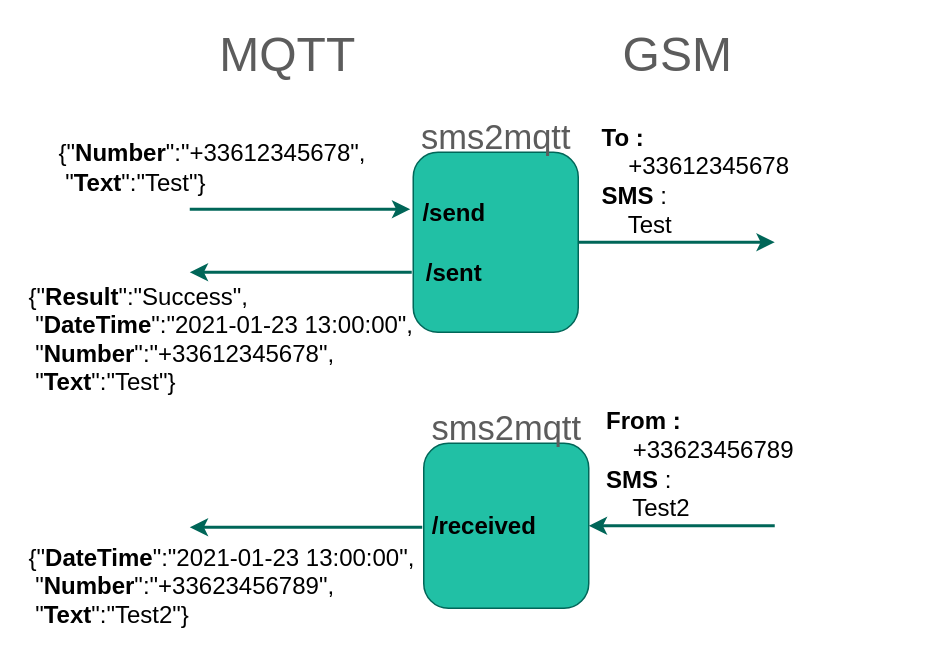
Earlier version of the draw.io diagram sms2mqtt.drawio (Domochip/sms2mqtt). Source tidied: cells renumbered, new cells numbered last; positions are measured from the earlier drawing's top-left corner, leaving out a move shared by most shapes. Both pictures are drawn from the tidied source at 150%, with x=0, y=0 at pixel (26, 32).
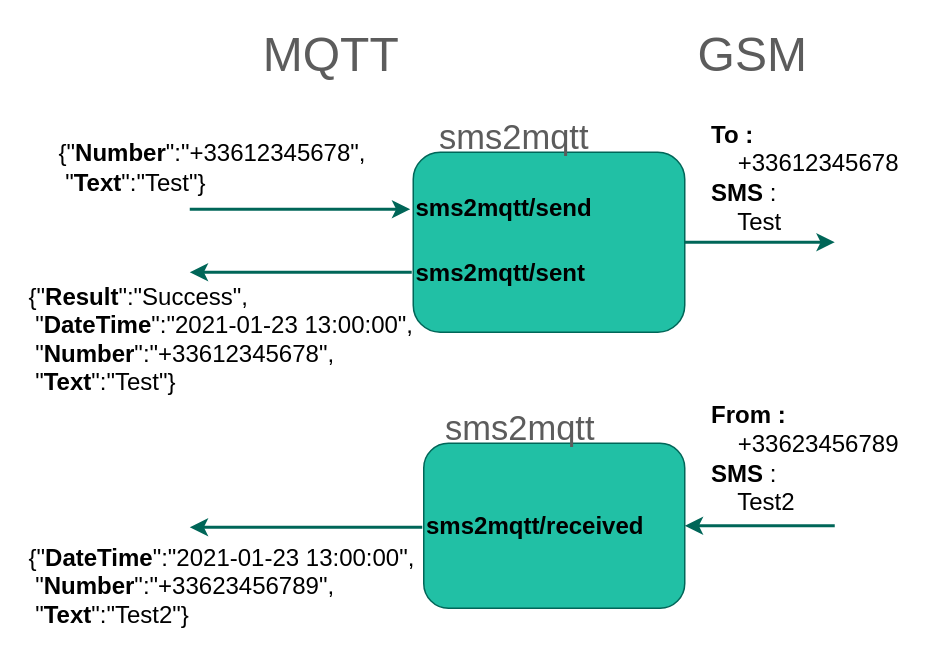
After the change.

Diff of the diagram source:
```diff
@@
     <mxCell id="2" style="edgeStyle=orthogonalEdgeStyle;jettySize=auto;html=1;exitX=1;exitY=0.5;exitDx=0;exitDy=0;strokeColor=#006658;fontColor=#5C5C5C;strokeWidth=2;" parent="1" edge="1" source="3">
       <mxGeometry relative="1" as="geometry">
-        <mxPoint x="499" y="140" as="targetPoint" />
+        <mxPoint x="539" y="140" as="targetPoint" />
       </mxGeometry>
     </mxCell>
     <mxCell id="3" style="whiteSpace=wrap;html=1;fillColor=#21C0A5;strokeColor=#006658;fontColor=#5C5C5C;rounded=1;" parent="1" vertex="1">
-      <mxGeometry x="258" y="80" width="110" height="120" as="geometry" />
+      <mxGeometry x="258" y="80" width="181" height="120" as="geometry" />
     </mxCell>
@@
     <mxCell id="5" value="&lt;font style=&quot;font-size: 32px&quot;&gt;MQTT&lt;/font&gt;" style="text;html=1;align=center;verticalAlign=middle;fillColor=none;strokeColor=none;fontColor=#5C5C5C;rounded=1;" parent="1" vertex="1">
-      <mxGeometry x="119" width="110" height="30" as="geometry" />
+      <mxGeometry x="148" width="110" height="30" as="geometry" />
     </mxCell>
     <mxCell id="6" value="&lt;font style=&quot;font-size: 32px&quot;&gt;GSM&lt;/font&gt;" style="text;html=1;align=center;verticalAlign=middle;fillColor=none;strokeColor=none;fontColor=#5C5C5C;rounded=1;" parent="1" vertex="1">
-      <mxGeometry x="389" width="90" height="30" as="geometry" />
+      <mxGeometry x="439" width="90" height="30" as="geometry" />
     </mxCell>
@@
     <mxCell id="8" value="&lt;div style=&quot;text-align: left ; font-size: 16px&quot;&gt;&lt;b&gt;&lt;font style=&quot;font-size: 16px&quot; color=&quot;#000000&quot;&gt;To :&amp;nbsp;&lt;/font&gt;&lt;/b&gt;&lt;/div&gt;&lt;div style=&quot;text-align: left ; font-size: 16px&quot;&gt;&lt;span&gt;&lt;font style=&quot;font-size: 16px&quot; color=&quot;#000000&quot;&gt;&amp;nbsp; &amp;nbsp; +33612345678&lt;/font&gt;&lt;/span&gt;&lt;/div&gt;&lt;div style=&quot;text-align: left ; font-size: 16px&quot;&gt;&lt;span&gt;&lt;font style=&quot;font-size: 16px&quot; color=&quot;#000000&quot;&gt;&lt;b&gt;SMS &lt;/b&gt;:&amp;nbsp;&lt;/font&gt;&lt;/span&gt;&lt;/div&gt;&lt;div style=&quot;text-align: left ; font-size: 16px&quot;&gt;&lt;font style=&quot;font-size: 16px&quot; color=&quot;#000000&quot;&gt;&amp;nbsp; &amp;nbsp; Test&lt;/font&gt;&lt;/div&gt;" style="text;html=1;align=center;verticalAlign=middle;fillColor=none;strokeColor=none;fontColor=#5C5C5C;rounded=1;" parent="1" vertex="1">
-      <mxGeometry x="376" y="69" width="140" height="60" as="geometry" />
+      <mxGeometry x="449" y="67" width="140" height="60" as="geometry" />
     </mxCell>
@@
     <mxCell id="11" style="edgeStyle=orthogonalEdgeStyle;jettySize=auto;html=1;exitX=1;exitY=0.5;exitDx=0;exitDy=0;startArrow=classic;startFill=1;endArrow=none;endFill=0;strokeColor=#006658;fontColor=#5C5C5C;strokeWidth=2;" parent="1" edge="1" source="12">
       <mxGeometry relative="1" as="geometry">
-        <mxPoint x="499" y="329" as="targetPoint" />
+        <mxPoint x="539" y="329" as="targetPoint" />
       </mxGeometry>
     </mxCell>
     <mxCell id="12" style="whiteSpace=wrap;html=1;fillColor=#21C0A5;strokeColor=#006658;fontColor=#5C5C5C;rounded=1;" parent="1" vertex="1">
-      <mxGeometry x="265" y="274" width="110" height="110" as="geometry" />
+      <mxGeometry x="265" y="274" width="174" height="110" as="geometry" />
     </mxCell>
     <mxCell id="13" value="&lt;div style=&quot;text-align: left ; font-size: 16px&quot;&gt;&lt;b&gt;&lt;font style=&quot;font-size: 16px&quot; color=&quot;#000000&quot;&gt;From :&amp;nbsp;&lt;/font&gt;&lt;/b&gt;&lt;/div&gt;&lt;div style=&quot;text-align: left ; font-size: 16px&quot;&gt;&lt;span&gt;&lt;font style=&quot;font-size: 16px&quot; color=&quot;#000000&quot;&gt;&amp;nbsp; &amp;nbsp; +33623456789&lt;/font&gt;&lt;/span&gt;&lt;/div&gt;&lt;div style=&quot;text-align: left ; font-size: 16px&quot;&gt;&lt;span&gt;&lt;font style=&quot;font-size: 16px&quot; color=&quot;#000000&quot;&gt;&lt;b&gt;SMS &lt;/b&gt;:&amp;nbsp;&lt;/font&gt;&lt;/span&gt;&lt;/div&gt;&lt;div style=&quot;text-align: left ; font-size: 16px&quot;&gt;&lt;font style=&quot;font-size: 16px&quot; color=&quot;#000000&quot;&gt;&amp;nbsp; &amp;nbsp; Test2&lt;/font&gt;&lt;/div&gt;" style="text;html=1;align=center;verticalAlign=middle;fillColor=none;strokeColor=none;fontColor=#5C5C5C;rounded=1;" parent="1" vertex="1">
-      <mxGeometry x="379" y="258" width="140" height="60" as="geometry" />
+      <mxGeometry x="449" y="254" width="140" height="60" as="geometry" />
     </mxCell>
@@
-    <mxCell id="16" value="&lt;b&gt;&lt;font style=&quot;font-size: 16px&quot;&gt;/send&lt;/font&gt;&lt;/b&gt;" style="text;html=1;align=center;verticalAlign=middle;fillColor=none;strokeColor=none;rounded=0;" parent="1" vertex="1">
-      <mxGeometry x="255" y="110" width="60" height="20" as="geometry" />
+    <mxCell id="16" value="&lt;b&gt;&lt;font style=&quot;font-size: 16px&quot;&gt;sms2mqtt/send&lt;/font&gt;&lt;/b&gt;" style="text;html=1;align=left;verticalAlign=middle;fillColor=none;strokeColor=none;rounded=0;" parent="1" vertex="1">
+      <mxGeometry x="258" y="107" width="130" height="20" as="geometry" />
     </mxCell>
-    <mxCell id="17" value="&lt;b&gt;&lt;font style=&quot;font-size: 16px&quot;&gt;/sent&lt;/font&gt;&lt;/b&gt;" style="text;html=1;align=center;verticalAlign=middle;fillColor=none;strokeColor=none;rounded=0;" parent="1" vertex="1">
-      <mxGeometry x="260" y="150" width="50" height="20" as="geometry" />
+    <mxCell id="17" value="&lt;b&gt;&lt;font style=&quot;font-size: 16px&quot;&gt;sms2mqtt/sent&lt;/font&gt;&lt;/b&gt;" style="text;html=1;align=left;verticalAlign=middle;fillColor=none;strokeColor=none;rounded=0;" parent="1" vertex="1">
+      <mxGeometry x="258" y="150" width="130" height="20" as="geometry" />
     </mxCell>
-    <mxCell id="18" value="&lt;b&gt;&lt;font style=&quot;font-size: 16px&quot;&gt;/received&lt;/font&gt;&lt;/b&gt;" style="text;html=1;align=center;verticalAlign=middle;fillColor=none;strokeColor=none;rounded=0;" parent="1" vertex="1">
-      <mxGeometry x="265" y="319" width="80" height="20" as="geometry" />
+    <mxCell id="18" value="&lt;b&gt;&lt;font style=&quot;font-size: 16px&quot;&gt;sms2mqtt/received&lt;/font&gt;&lt;/b&gt;" style="text;html=1;align=left;verticalAlign=middle;fillColor=none;strokeColor=none;rounded=0;" parent="1" vertex="1">
+      <mxGeometry x="265" y="319" width="160" height="20" as="geometry" />
     </mxCell>
     <mxCell id="19" value="&lt;span style=&quot;color: rgb(92 , 92 , 92) ; font-size: 23px&quot;&gt;sms2mqtt&lt;/span&gt;" style="text;html=1;align=center;verticalAlign=middle;fillColor=none;strokeColor=none;rounded=0;" parent="1" vertex="1">
-      <mxGeometry x="253" y="60" width="120" height="20" as="geometry" />
+      <mxGeometry x="265" y="60" width="120" height="20" as="geometry" />
     </mxCell>
     <mxCell id="20" value="&lt;span style=&quot;color: rgb(92 , 92 , 92) ; font-size: 23px&quot;&gt;sms2mqtt&lt;/span&gt;" style="text;html=1;align=center;verticalAlign=middle;fillColor=none;strokeColor=none;rounded=0;" parent="1" vertex="1">
-      <mxGeometry x="260" y="254" width="120" height="20" as="geometry" />
+      <mxGeometry x="269" y="254" width="120" height="20" as="geometry" />
     </mxCell>
```
